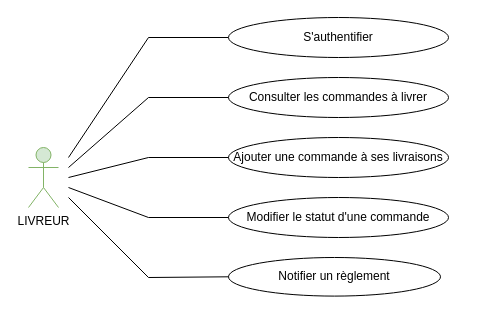
Earlier version of the draw.io diagram Livreur.drawio (OMorlotti/P4-analyser-les-besoin-de-mon-client-pour-son-groupe-de-pizzerias). Source tidied: cells renumbered, new cells numbered last; positions are measured from the earlier drawing's top-left corner, leaving out a move shared by most shapes. Both pictures are drawn from the tidied source at 100%, with x=0, y=0 at pixel (28, 17).
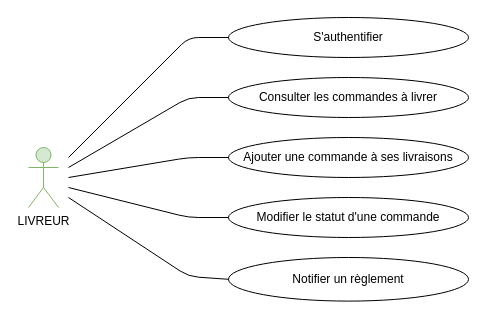
After the change.

The edit, as a diff of the source:
```diff
@@
-    <mxCell id="3" style="endArrow=none;html=1;endFill=0;" parent="1" edge="1">
-      <mxGeometry relative="1" as="geometry">
-        <mxPoint x="40" y="140" as="sourcePoint" />
-        <mxPoint x="120" y="20" as="targetPoint" />
-      </mxGeometry>
-    </mxCell>
-    <mxCell id="4" style="endArrow=none;html=1;exitX=0;exitY=0.5;exitDx=0;exitDy=0;" parent="1" edge="1" source="5">
-      <mxGeometry relative="1" as="geometry">
-        <mxPoint x="120" y="20" as="targetPoint" />
-      </mxGeometry>
-    </mxCell>
     <mxCell id="5" value="S'authentifier" style="ellipse;whiteSpace=wrap;html=1;" parent="1" vertex="1">
-      <mxGeometry x="200" width="220" height="40" as="geometry" />
+      <mxGeometry x="200" width="240" height="40" as="geometry" />
     </mxCell>
     <mxCell id="6" value="Consulter les commandes à livrer" style="ellipse;whiteSpace=wrap;html=1;" parent="1" vertex="1">
-      <mxGeometry x="200" y="60" width="220" height="40" as="geometry" />
+      <mxGeometry x="200" y="60" width="240" height="40" as="geometry" />
     </mxCell>
-    <mxCell id="7" style="endArrow=none;html=1;entryX=0;entryY=0.5;entryDx=0;entryDy=0;" parent="1" edge="1" target="6">
-      <mxGeometry relative="1" as="geometry">
-        <mxPoint x="120" y="80" as="sourcePoint" />
-      </mxGeometry>
-    </mxCell>
     <mxCell id="8" value="Ajouter une commande à ses livraisons" style="ellipse;whiteSpace=wrap;html=1;" parent="1" vertex="1">
-      <mxGeometry x="200" y="120" width="220" height="40" as="geometry" />
+      <mxGeometry x="200" y="120" width="240" height="40" as="geometry" />
     </mxCell>
     <mxCell id="9" value="Modifier le statut d'une commande" style="ellipse;whiteSpace=wrap;html=1;" parent="1" vertex="1">
-      <mxGeometry x="200" y="180" width="220" height="40" as="geometry" />
+      <mxGeometry x="200" y="180" width="240" height="40" as="geometry" />
     </mxCell>
     <mxCell id="10" value="Notifier un règlement" style="ellipse;whiteSpace=wrap;html=1;" parent="1" vertex="1">
-      <mxGeometry x="200" y="240" width="212" height="38.6" as="geometry" />
+      <mxGeometry x="200" y="240" width="240" height="43.6" as="geometry" />
     </mxCell>
-    <mxCell id="11" style="endArrow=none;html=1;entryX=0;entryY=0.5;entryDx=0;entryDy=0;" parent="1" edge="1" target="8">
-      <mxGeometry relative="1" as="geometry">
-        <mxPoint x="120" y="140" as="sourcePoint" />
-      </mxGeometry>
-    </mxCell>
-    <mxCell id="12" style="endArrow=none;html=1;exitX=0;exitY=0.5;exitDx=0;exitDy=0;" parent="1" edge="1" source="9">
-      <mxGeometry relative="1" as="geometry">
-        <mxPoint x="120" y="200" as="targetPoint" />
-      </mxGeometry>
-    </mxCell>
-    <mxCell id="13" style="endArrow=none;html=1;entryX=0;entryY=0.5;entryDx=0;entryDy=0;" parent="1" edge="1" target="10">
-      <mxGeometry relative="1" as="geometry">
-        <mxPoint x="120" y="260" as="sourcePoint" />
-      </mxGeometry>
-    </mxCell>
-    <mxCell id="14" style="endArrow=none;html=1;" parent="1" edge="1">
-      <mxGeometry relative="1" as="geometry">
-        <mxPoint x="120" y="80" as="sourcePoint" />
-        <mxPoint x="40" y="150" as="targetPoint" />
-      </mxGeometry>
-    </mxCell>
-    <mxCell id="15" style="endArrow=none;html=1;" parent="1" edge="1">
-      <mxGeometry relative="1" as="geometry">
-        <mxPoint x="40" y="160" as="sourcePoint" />
-        <mxPoint x="120" y="140" as="targetPoint" />
-      </mxGeometry>
-    </mxCell>
-    <mxCell id="16" style="endArrow=none;html=1;" parent="1" edge="1">
-      <mxGeometry relative="1" as="geometry">
-        <mxPoint x="40" y="170" as="sourcePoint" />
-        <mxPoint x="120" y="200" as="targetPoint" />
-      </mxGeometry>
-    </mxCell>
-    <mxCell id="17" style="endArrow=none;html=1;" parent="1" edge="1">
-      <mxGeometry relative="1" as="geometry">
-        <mxPoint x="120" y="260" as="sourcePoint" />
-        <mxPoint x="40" y="180" as="targetPoint" />
-      </mxGeometry>
-    </mxCell>
+    <mxCell id="18" style="endArrow=none;html=1;entryX=0;entryY=0.5;entryDx=0;entryDy=0;" parent="1" edge="1" target="5">
+      <mxGeometry relative="1" as="geometry">
+        <mxPoint x="40" y="140" as="sourcePoint" />
+        <Array as="points">
+          <mxPoint x="160" y="20" />
+        </Array>
+      </mxGeometry>
+    </mxCell>
+    <mxCell id="19" style="endArrow=none;html=1;entryX=0;entryY=0.5;entryDx=0;entryDy=0;" parent="1" edge="1" target="6">
+      <mxGeometry relative="1" as="geometry">
+        <mxPoint x="40" y="150" as="sourcePoint" />
+        <Array as="points">
+          <mxPoint x="160" y="80" />
+        </Array>
+      </mxGeometry>
+    </mxCell>
+    <mxCell id="20" style="endArrow=none;html=1;entryX=0;entryY=0.5;entryDx=0;entryDy=0;" parent="1" edge="1" target="8">
+      <mxGeometry relative="1" as="geometry">
+        <mxPoint x="40" y="160" as="sourcePoint" />
+        <Array as="points">
+          <mxPoint x="160" y="140" />
+        </Array>
+      </mxGeometry>
+    </mxCell>
+    <mxCell id="21" style="endArrow=none;html=1;exitX=0;exitY=0.5;exitDx=0;exitDy=0;" parent="1" edge="1" source="9">
+      <mxGeometry relative="1" as="geometry">
+        <mxPoint x="40" y="170" as="targetPoint" />
+        <Array as="points">
+          <mxPoint x="160" y="200" />
+        </Array>
+      </mxGeometry>
+    </mxCell>
+    <mxCell id="22" style="endArrow=none;html=1;exitX=0;exitY=0.5;exitDx=0;exitDy=0;" parent="1" edge="1" source="10">
+      <mxGeometry relative="1" as="geometry">
+        <mxPoint x="40" y="180" as="targetPoint" />
+        <Array as="points">
+          <mxPoint x="160" y="259" />
+        </Array>
+      </mxGeometry>
+    </mxCell>
```
